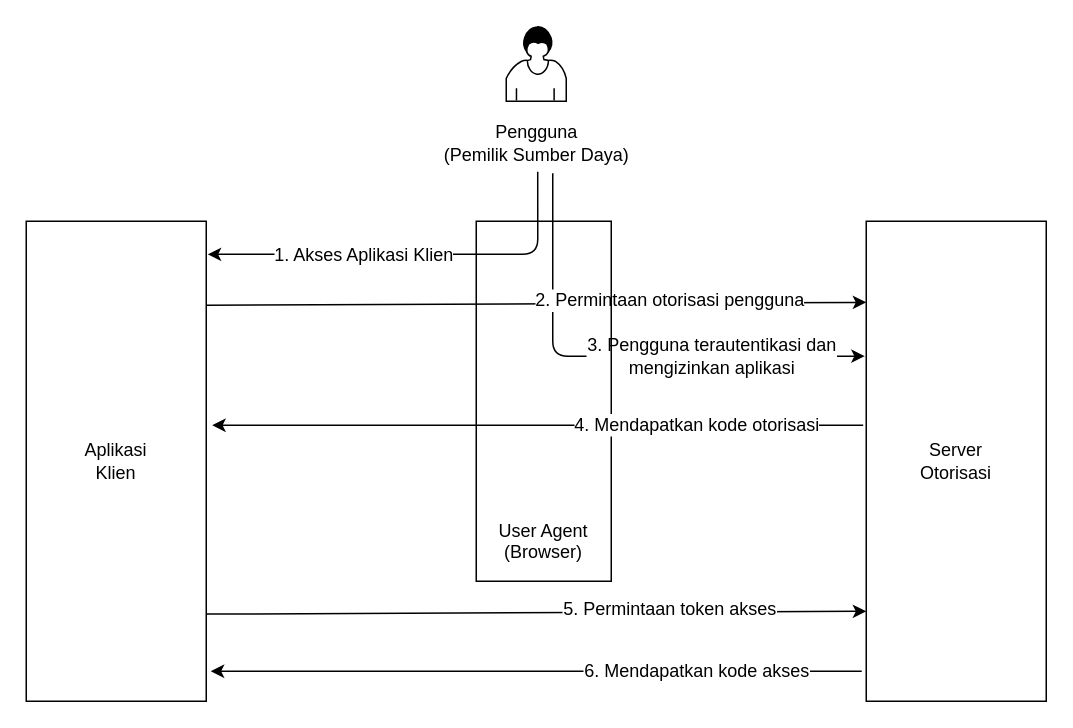
nmfzone/Learning keeps this draw.io diagram as Authorization Code Grant.drawio. Above is the earlier version. Source tidied: cells renumbered, new cells numbered last; positions are measured from the earlier drawing's top-left corner, leaving out a move shared by most shapes. Both pictures are drawn from the tidied source at 150%, with x=0, y=0 at pixel (26, 26).
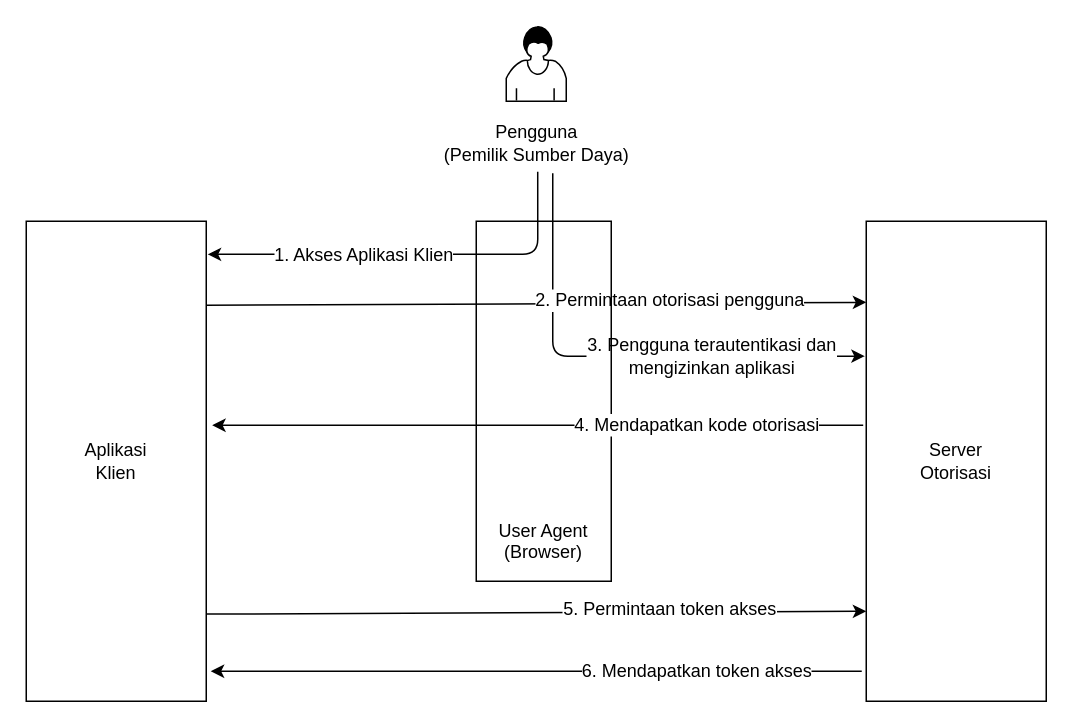
The same page after the edit.

The change refers to these unchanged cells:
```xml
<mxCell id="17" style="endArrow=classic;html=1;exitX=-0.017;exitY=0.425;exitDx=0;exitDy=0;exitPerimeter=0;entryX=1.033;entryY=0.425;entryDx=0;entryDy=0;entryPerimeter=0;" parent="1" edge="1">
  <mxGeometry relative="1" as="geometry">
    <mxPoint x="557" y="430" as="sourcePoint" />
    <mxPoint x="123" y="430" as="targetPoint" />
  </mxGeometry>
</mxCell>
```

The edit, as a diff of the source:
```diff
@@
-    <mxCell id="18" value="6. Mendapatkan kode akses" style="text;html=1;align=center;verticalAlign=middle;labelBackgroundColor=#ffffff;" parent="17" vertex="1">
+    <mxCell id="18" value="6. Mendapatkan token akses" style="text;html=1;align=center;verticalAlign=middle;labelBackgroundColor=#ffffff;" parent="17" vertex="1">
       <mxGeometry x="-0.49" y="-1" relative="1" as="geometry" />
     </mxCell>
```
